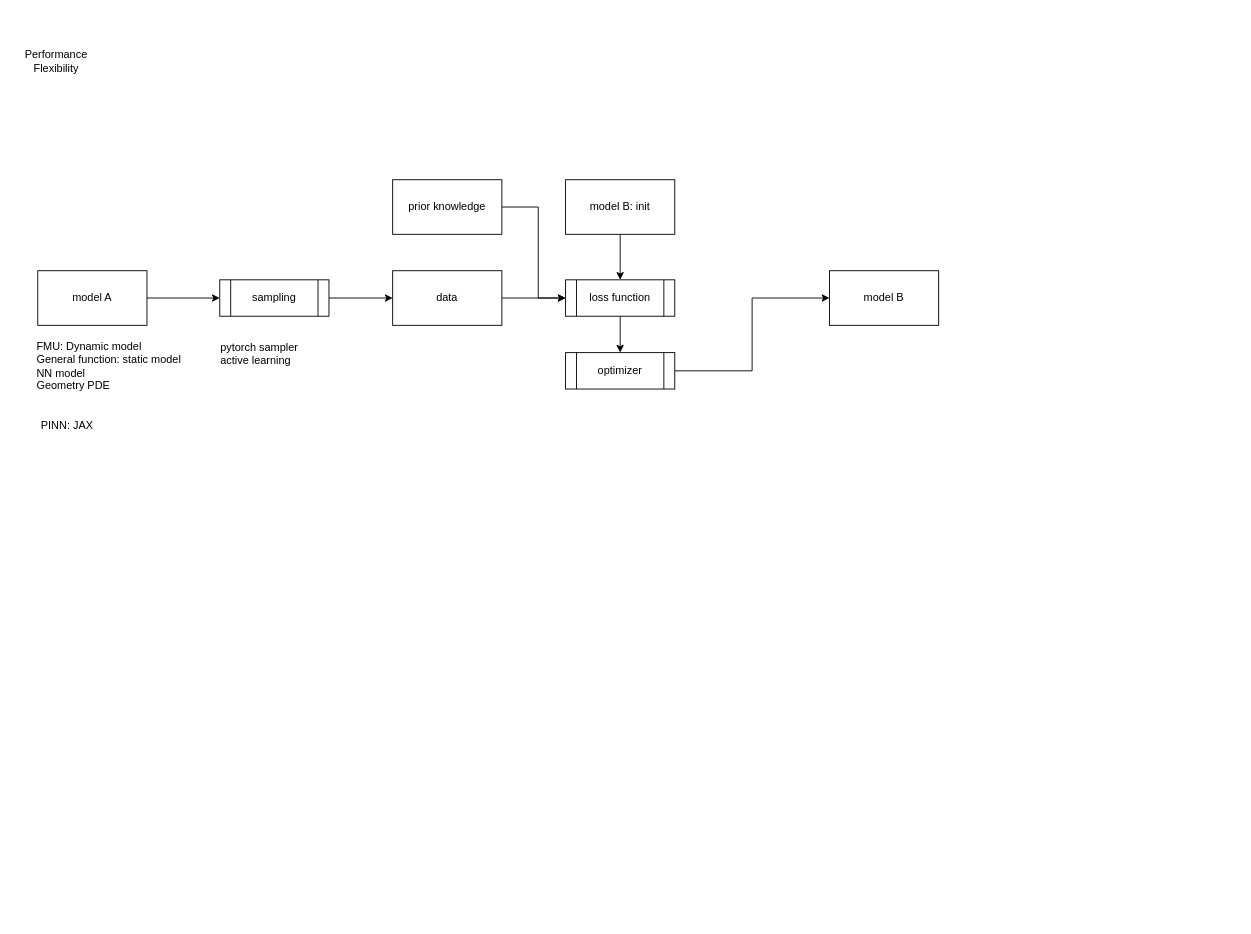
Above: page "yingzi-reducer" (3 of 9) of digitaltwin.drawio in zhangjinyiyi/SmallTest (draw.io), before the change. Source tidied: cells renumbered, new cells numbered last; positions are measured from the earlier drawing's top-left corner, leaving out a move shared by most shapes. Both pictures are drawn from the tidied source at 91%, with x=0, y=0 at pixel (19, 47).
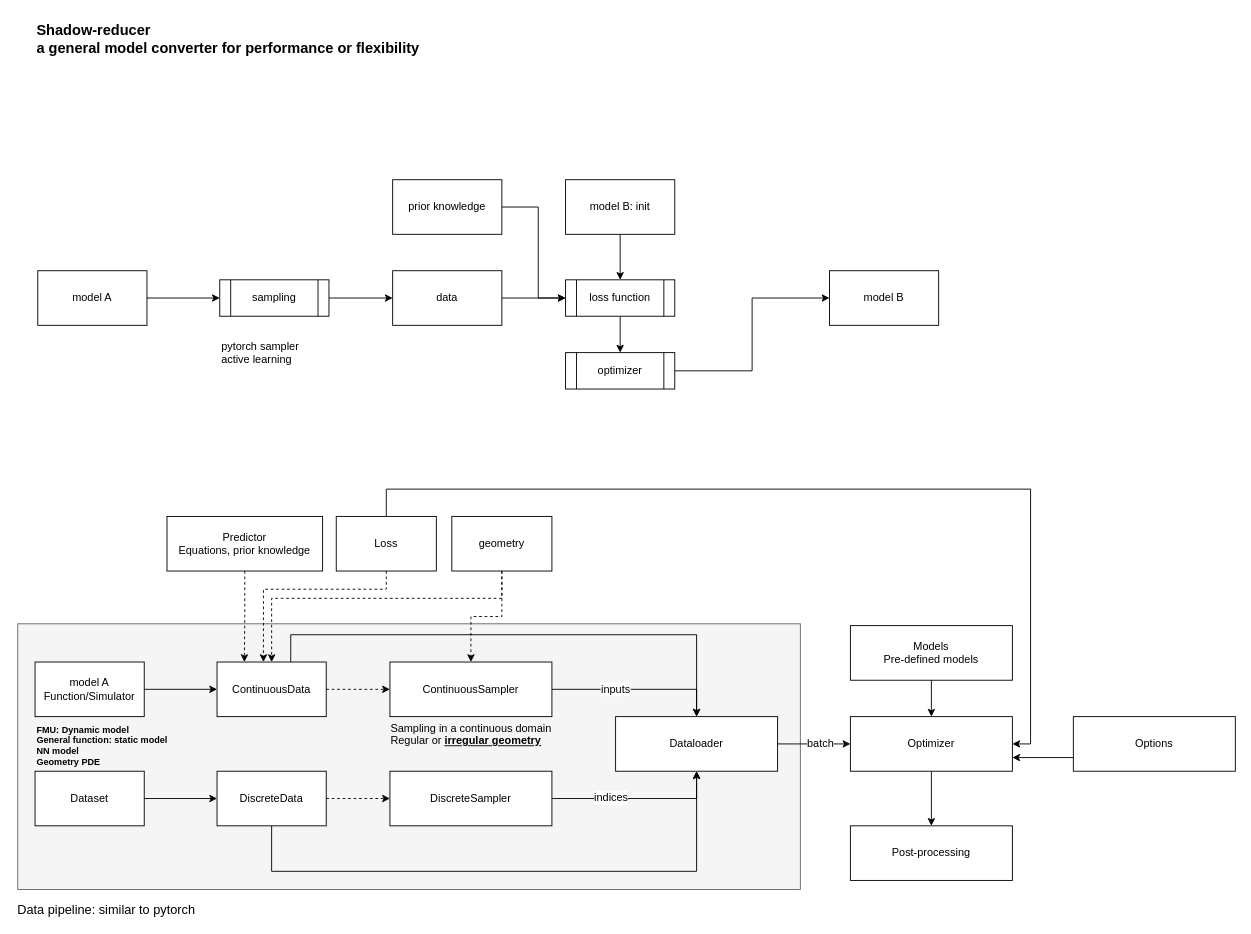
The same diagram, later.

Diff of the diagram source:
```diff
@@
+    <mxCell id="21" style="rounded=0;whiteSpace=wrap;html=1;fontSize=16;fillColor=#f5f5f5;fontColor=#333333;strokeColor=#666666;" parent="1" vertex="1">
+      <mxGeometry x="-2" y="633" width="860" height="292" as="geometry" />
+    </mxCell>
@@
-    <mxCell id="6" value="FMU: Dynamic model&lt;br&gt;General function: static model&lt;br&gt;NN model&lt;br&gt;Geometry PDE" style="text;html=1;align=left;verticalAlign=top;strokeColor=none;fillColor=none;fontSize=12;fontColor=#000000;" parent="1" vertex="1">
-      <mxGeometry x="17" y="315" width="180" height="70" as="geometry" />
+    <mxCell id="6" value="FMU: Dynamic model&lt;br style=&quot;font-size: 10px;&quot;&gt;General function: static model&lt;br style=&quot;font-size: 10px;&quot;&gt;NN model&lt;br style=&quot;font-size: 10px;&quot;&gt;Geometry PDE" style="text;html=1;align=left;verticalAlign=top;strokeColor=none;fillColor=none;fontSize=10;fontColor=#000000;fontStyle=1;" parent="1" vertex="1">
+      <mxGeometry x="17" y="737" width="160" height="50" as="geometry" />
     </mxCell>
@@
     <mxCell id="18" value="pytorch sampler&lt;br&gt;active learning" style="text;html=1;align=left;verticalAlign=top;strokeColor=none;fillColor=none;fontSize=12;fontColor=#000000;" parent="1" vertex="1">
-      <mxGeometry x="219" y="316" width="100" height="30" as="geometry" />
+      <mxGeometry x="220" y="315" width="100" height="30" as="geometry" />
     </mxCell>
-    <mxCell id="19" value="PINN: JAX" style="text;html=1;align=center;verticalAlign=middle;strokeColor=none;fillColor=none;fontSize=12;fontColor=#000000;" parent="1" vertex="1">
-      <mxGeometry x="17" y="405" width="70" height="20" as="geometry" />
-    </mxCell>
-    <mxCell id="20" value="Performance&lt;br&gt;Flexibility" style="text;html=1;align=center;verticalAlign=middle;strokeColor=none;fillColor=none;fontSize=12;fontColor=#000000;" parent="1" vertex="1">
-      <mxGeometry width="80" height="30" as="geometry" />
+    <mxCell id="20" value="Shadow-reducer&lt;br style=&quot;font-size: 16px;&quot;&gt;a general model converter for performance or flexibility" style="text;html=1;align=left;verticalAlign=top;strokeColor=none;fillColor=none;fontSize=16;fontColor=#000000;fontStyle=1;" parent="1" vertex="1">
+      <mxGeometry x="17" y="-35" width="440" height="40" as="geometry" />
     </mxCell>
+    <mxCell id="22" style="edgeStyle=orthogonalEdgeStyle;rounded=0;jettySize=auto;html=1;fontSize=16;" parent="1" edge="1" source="23" target="26">
+      <mxGeometry relative="1" as="geometry" />
+    </mxCell>
+    <mxCell id="23" value="model A&lt;br&gt;Function/Simulator" style="rounded=0;whiteSpace=wrap;html=1;labelBackgroundColor=#FFFFFF;fontSize=12;fontColor=#000000;" parent="1" vertex="1">
+      <mxGeometry x="17" y="675" width="120" height="60" as="geometry" />
+    </mxCell>
+    <mxCell id="24" style="edgeStyle=orthogonalEdgeStyle;rounded=0;jettySize=auto;html=1;entryX=0.5;entryY=0;entryDx=0;entryDy=0;fontSize=16;" parent="1" edge="1" source="26" target="41">
+      <mxGeometry relative="1" as="geometry">
+        <Array as="points">
+          <mxPoint x="298" y="645" />
+          <mxPoint x="744" y="645" />
+        </Array>
+      </mxGeometry>
+    </mxCell>
+    <mxCell id="25" style="edgeStyle=orthogonalEdgeStyle;rounded=0;jettySize=auto;html=1;fontSize=16;entryX=0;entryY=0.5;entryDx=0;entryDy=0;dashed=1;" parent="1" edge="1" source="26" target="34">
+      <mxGeometry relative="1" as="geometry" />
+    </mxCell>
+    <mxCell id="26" value="ContinuousData" style="rounded=0;whiteSpace=wrap;html=1;labelBackgroundColor=#FFFFFF;fontSize=12;fontColor=#000000;" parent="1" vertex="1">
+      <mxGeometry x="217" y="675" width="120" height="60" as="geometry" />
+    </mxCell>
+    <mxCell id="27" style="edgeStyle=orthogonalEdgeStyle;rounded=0;jettySize=auto;html=1;fontSize=16;" parent="1" edge="1" source="28" target="31">
+      <mxGeometry relative="1" as="geometry" />
+    </mxCell>
+    <mxCell id="28" value="Dataset" style="rounded=0;whiteSpace=wrap;html=1;labelBackgroundColor=#FFFFFF;fontSize=12;fontColor=#000000;" parent="1" vertex="1">
+      <mxGeometry x="17" y="795" width="120" height="60" as="geometry" />
+    </mxCell>
+    <mxCell id="29" style="edgeStyle=orthogonalEdgeStyle;rounded=0;jettySize=auto;html=1;fontSize=16;dashed=1;" parent="1" edge="1" source="31" target="37">
+      <mxGeometry relative="1" as="geometry" />
+    </mxCell>
+    <mxCell id="30" style="edgeStyle=orthogonalEdgeStyle;rounded=0;jettySize=auto;html=1;entryX=0.5;entryY=1;entryDx=0;entryDy=0;fontSize=16;" parent="1" edge="1" source="31" target="41">
+      <mxGeometry relative="1" as="geometry">
+        <Array as="points">
+          <mxPoint x="277" y="905" />
+          <mxPoint x="744" y="905" />
+        </Array>
+      </mxGeometry>
+    </mxCell>
+    <mxCell id="31" value="DiscreteData" style="rounded=0;whiteSpace=wrap;html=1;labelBackgroundColor=#FFFFFF;fontSize=12;fontColor=#000000;" parent="1" vertex="1">
+      <mxGeometry x="217" y="795" width="120" height="60" as="geometry" />
+    </mxCell>
+    <mxCell id="32" style="edgeStyle=orthogonalEdgeStyle;rounded=0;jettySize=auto;html=1;entryX=0.5;entryY=0;entryDx=0;entryDy=0;fontSize=16;" parent="1" edge="1" source="34" target="41">
+      <mxGeometry relative="1" as="geometry" />
+    </mxCell>
+    <mxCell id="33" value="inputs" style="edgeLabel;html=1;align=center;verticalAlign=middle;fontSize=12;" parent="32" vertex="1">
+      <mxGeometry x="-0.27" y="1" relative="1" as="geometry" />
+    </mxCell>
+    <mxCell id="34" value="ContinuousSampler" style="rounded=0;whiteSpace=wrap;html=1;labelBackgroundColor=#FFFFFF;fontSize=12;fontColor=#000000;" parent="1" vertex="1">
+      <mxGeometry x="407" y="675" width="178" height="60" as="geometry" />
+    </mxCell>
+    <mxCell id="35" style="edgeStyle=orthogonalEdgeStyle;rounded=0;jettySize=auto;html=1;fontSize=16;" parent="1" edge="1" source="37" target="41">
+      <mxGeometry relative="1" as="geometry">
+        <Array as="points">
+          <mxPoint x="744" y="825" />
+        </Array>
+      </mxGeometry>
+    </mxCell>
+    <mxCell id="36" value="indices" style="edgeLabel;html=1;align=center;verticalAlign=middle;fontSize=12;" parent="35" vertex="1">
+      <mxGeometry x="-0.4" y="2" relative="1" as="geometry">
+        <mxPoint x="7" as="offset" />
+      </mxGeometry>
+    </mxCell>
+    <mxCell id="37" value="DiscreteSampler" style="rounded=0;whiteSpace=wrap;html=1;labelBackgroundColor=#FFFFFF;fontSize=12;fontColor=#000000;" parent="1" vertex="1">
+      <mxGeometry x="407" y="795" width="178" height="60" as="geometry" />
+    </mxCell>
+    <mxCell id="38" value="Sampling in a continuous domain&lt;br&gt;Regular or &lt;b&gt;&lt;u&gt;irregular geometry&lt;/u&gt;&lt;/b&gt;" style="text;html=1;align=left;verticalAlign=top;strokeColor=none;fillColor=none;fontSize=12;fontColor=#000000;" parent="1" vertex="1">
+      <mxGeometry x="406" y="734" width="190" height="30" as="geometry" />
+    </mxCell>
+    <mxCell id="39" style="edgeStyle=orthogonalEdgeStyle;rounded=0;jettySize=auto;html=1;fontSize=16;" parent="1" edge="1" source="41" target="51">
+      <mxGeometry relative="1" as="geometry" />
+    </mxCell>
+    <mxCell id="40" value="&lt;font style=&quot;font-size: 12px;&quot;&gt;batch&lt;/font&gt;" style="edgeLabel;html=1;align=center;verticalAlign=middle;fontSize=14;" parent="39" vertex="1">
+      <mxGeometry x="0.23" y="2" relative="1" as="geometry">
+        <mxPoint x="-3" as="offset" />
+      </mxGeometry>
+    </mxCell>
+    <mxCell id="41" value="Dataloader" style="rounded=0;whiteSpace=wrap;html=1;labelBackgroundColor=#FFFFFF;fontSize=12;fontColor=#000000;" parent="1" vertex="1">
+      <mxGeometry x="655" y="735" width="178" height="60" as="geometry" />
+    </mxCell>
+    <mxCell id="42" style="edgeStyle=orthogonalEdgeStyle;rounded=0;jettySize=auto;html=1;entryX=0.25;entryY=0;entryDx=0;entryDy=0;dashed=1;fontSize=16;" parent="1" edge="1" source="43" target="26">
+      <mxGeometry relative="1" as="geometry" />
+    </mxCell>
+    <mxCell id="43" value="Predictor&lt;br&gt;Equations, prior knowledge" style="rounded=0;whiteSpace=wrap;html=1;labelBackgroundColor=#FFFFFF;fontSize=12;fontColor=#000000;" parent="1" vertex="1">
+      <mxGeometry x="162" y="515" width="171" height="60" as="geometry" />
+    </mxCell>
+    <mxCell id="44" style="edgeStyle=orthogonalEdgeStyle;rounded=0;jettySize=auto;html=1;entryX=0.425;entryY=0;entryDx=0;entryDy=0;entryPerimeter=0;dashed=1;fontSize=16;" parent="1" edge="1" source="46" target="26">
+      <mxGeometry relative="1" as="geometry">
+        <Array as="points">
+          <mxPoint x="403" y="595" />
+          <mxPoint x="268" y="595" />
+        </Array>
+      </mxGeometry>
+    </mxCell>
+    <mxCell id="45" style="edgeStyle=orthogonalEdgeStyle;rounded=0;jettySize=auto;html=1;entryX=1;entryY=0.5;entryDx=0;entryDy=0;fontSize=16;" parent="1" edge="1" source="46" target="51">
+      <mxGeometry relative="1" as="geometry">
+        <Array as="points">
+          <mxPoint x="403" y="485" />
+          <mxPoint x="1111" y="485" />
+          <mxPoint x="1111" y="765" />
+        </Array>
+      </mxGeometry>
+    </mxCell>
+    <mxCell id="46" value="Loss" style="rounded=0;whiteSpace=wrap;html=1;labelBackgroundColor=#FFFFFF;fontSize=12;fontColor=#000000;" parent="1" vertex="1">
+      <mxGeometry x="348" y="515" width="110" height="60" as="geometry" />
+    </mxCell>
+    <mxCell id="47" style="edgeStyle=orthogonalEdgeStyle;rounded=0;jettySize=auto;html=1;dashed=1;fontSize=16;" parent="1" edge="1" source="49" target="26">
+      <mxGeometry relative="1" as="geometry">
+        <Array as="points">
+          <mxPoint x="530" y="605" />
+          <mxPoint x="277" y="605" />
+        </Array>
+      </mxGeometry>
+    </mxCell>
+    <mxCell id="48" style="edgeStyle=orthogonalEdgeStyle;rounded=0;jettySize=auto;html=1;dashed=1;fontSize=16;" parent="1" edge="1" source="49" target="34">
+      <mxGeometry relative="1" as="geometry" />
+    </mxCell>
+    <mxCell id="49" value="geometry" style="rounded=0;whiteSpace=wrap;html=1;labelBackgroundColor=#FFFFFF;fontSize=12;fontColor=#000000;" parent="1" vertex="1">
+      <mxGeometry x="475" y="515" width="110" height="60" as="geometry" />
+    </mxCell>
+    <mxCell id="50" style="edgeStyle=orthogonalEdgeStyle;rounded=0;jettySize=auto;html=1;fontSize=16;" parent="1" edge="1" source="51" target="56">
+      <mxGeometry relative="1" as="geometry" />
+    </mxCell>
+    <mxCell id="51" value="Optimizer" style="rounded=0;whiteSpace=wrap;html=1;labelBackgroundColor=#FFFFFF;fontSize=12;fontColor=#000000;" parent="1" vertex="1">
+      <mxGeometry x="913" y="735" width="178" height="60" as="geometry" />
+    </mxCell>
+    <mxCell id="52" style="edgeStyle=orthogonalEdgeStyle;rounded=0;jettySize=auto;html=1;fontSize=16;" parent="1" edge="1" source="53" target="51">
+      <mxGeometry relative="1" as="geometry" />
+    </mxCell>
+    <mxCell id="53" value="Models&lt;br&gt;Pre-defined models" style="rounded=0;whiteSpace=wrap;html=1;labelBackgroundColor=#FFFFFF;fontSize=12;fontColor=#000000;" parent="1" vertex="1">
+      <mxGeometry x="913" y="635" width="178" height="60" as="geometry" />
+    </mxCell>
+    <mxCell id="54" style="edgeStyle=orthogonalEdgeStyle;rounded=0;jettySize=auto;html=1;exitX=0;exitY=0.75;exitDx=0;exitDy=0;entryX=1;entryY=0.75;entryDx=0;entryDy=0;fontSize=16;" parent="1" edge="1" source="55" target="51">
+      <mxGeometry relative="1" as="geometry" />
+    </mxCell>
+    <mxCell id="55" value="Options" style="rounded=0;whiteSpace=wrap;html=1;labelBackgroundColor=#FFFFFF;fontSize=12;fontColor=#000000;" parent="1" vertex="1">
+      <mxGeometry x="1158" y="735" width="178" height="60" as="geometry" />
+    </mxCell>
+    <mxCell id="56" value="Post-processing" style="rounded=0;whiteSpace=wrap;html=1;labelBackgroundColor=#FFFFFF;fontSize=12;fontColor=#000000;" parent="1" vertex="1">
+      <mxGeometry x="913" y="855" width="178" height="60" as="geometry" />
+    </mxCell>
+    <mxCell id="57" value="Data pipeline: similar to pytorch" style="text;html=1;align=left;verticalAlign=middle;strokeColor=none;fillColor=none;fontSize=14;" parent="1" vertex="1">
+      <mxGeometry x="-4" y="937" width="210" height="20" as="geometry" />
+    </mxCell>
```
